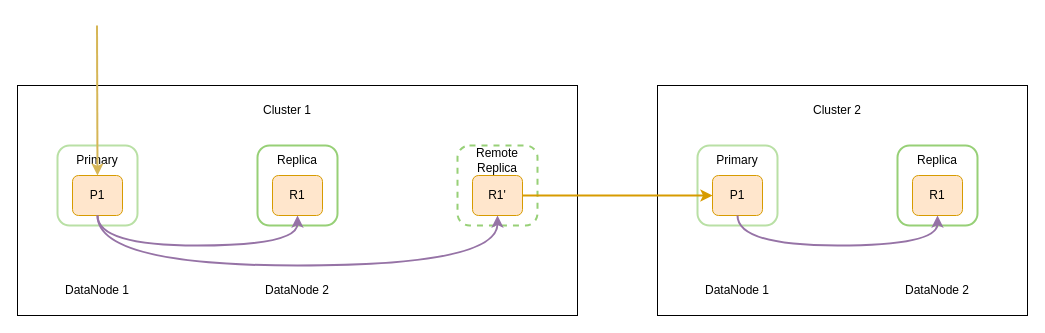
Before: img/es_occr_01.drawio in kingskipper/Cadence-Docs, a draw.io diagram. Source tidied: cells renumbered, new cells numbered last; positions are measured from the earlier drawing's top-left corner, leaving out a move shared by most shapes. Both pictures are drawn from the tidied source at 100%, with x=0, y=0 at pixel (17, 25).
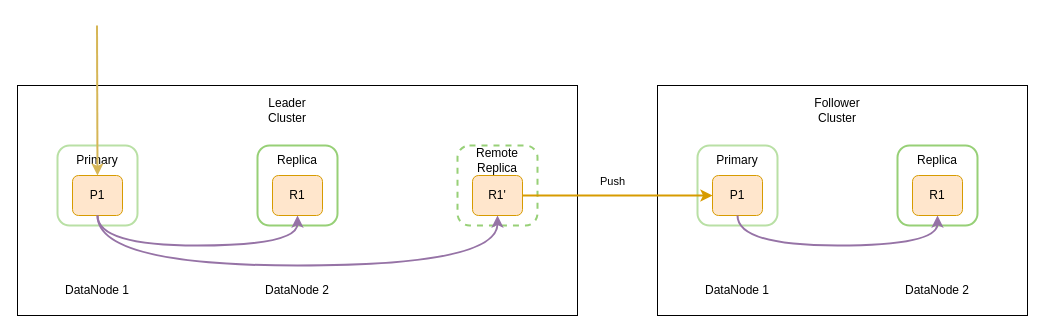
The same page after the edit.

The change refers to these unchanged cells:
```xml
<mxCell id="29" style="edgeStyle=orthogonalEdgeStyle;rounded=0;jettySize=auto;html=1;exitX=1;exitY=0.5;exitDx=0;exitDy=0;entryX=0;entryY=0.5;entryDx=0;entryDy=0;strokeWidth=2;fillColor=#ffe6cc;strokeColor=#d79b00;" parent="1" edge="1" source="11" target="20">
  <mxGeometry relative="1" as="geometry" />
</mxCell>
```

Change to the diagram source:
```diff
@@
-    <mxCell id="17" value="Cluster 1" style="text;html=1;strokeColor=none;fillColor=none;align=center;verticalAlign=middle;whiteSpace=wrap;rounded=0;strokeWidth=2;" parent="1" vertex="1">
+    <mxCell id="17" value="Leader Cluster" style="text;html=1;strokeColor=none;fillColor=none;align=center;verticalAlign=middle;whiteSpace=wrap;rounded=0;strokeWidth=2;" parent="1" vertex="1">
       <mxGeometry x="240" y="70" width="60" height="30" as="geometry" />
     </mxCell>
@@
-    <mxCell id="28" value="Cluster 2" style="text;html=1;strokeColor=none;fillColor=none;align=center;verticalAlign=middle;whiteSpace=wrap;rounded=0;strokeWidth=2;" parent="1" vertex="1">
+    <mxCell id="28" value="Follower&lt;br&gt;Cluster" style="text;html=1;strokeColor=none;fillColor=none;align=center;verticalAlign=middle;whiteSpace=wrap;rounded=0;strokeWidth=2;" parent="1" vertex="1">
       <mxGeometry x="790" y="70" width="60" height="30" as="geometry" />
     </mxCell>
@@
+    <mxCell id="30" value="Push" style="edgeLabel;html=1;align=center;verticalAlign=middle;" parent="29" vertex="1">
+      <mxGeometry x="-0.12" y="-1" relative="1" as="geometry">
+        <mxPoint x="5" y="-16" as="offset" />
+      </mxGeometry>
+    </mxCell>
```
